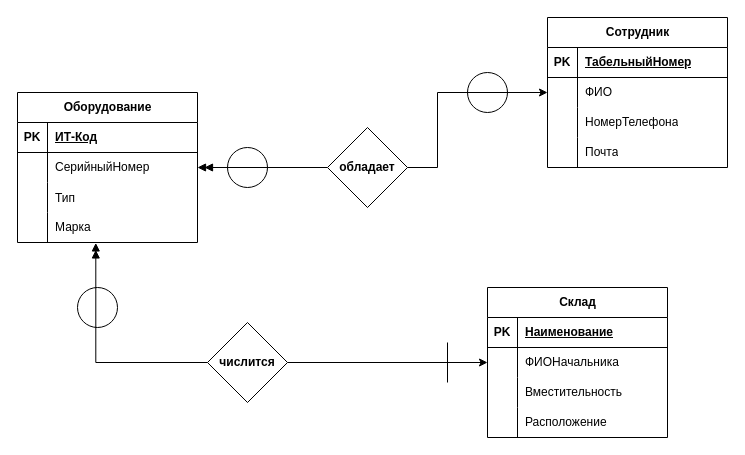
Earlier version of the draw.io diagram page "Страница — 1" (1 of 2) of Диаграмма без названия.drawio (Vlad-Efremovv/practice). Source tidied: cells renumbered, new cells numbered last; positions are measured from the earlier drawing's top-left corner, leaving out a move shared by most shapes. Both pictures are drawn from the tidied source at 100%, with x=0, y=0 at pixel (17, 17).
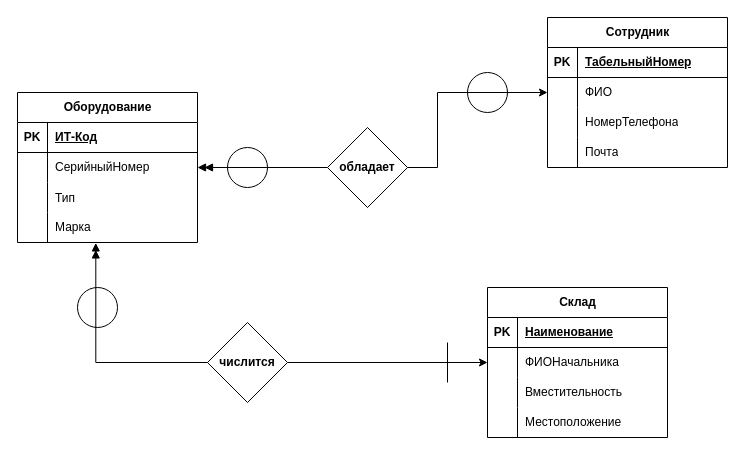
The same diagram, later.

The change refers to these unchanged cells:
```xml
<mxCell id="43" style="shape=tableRow;horizontal=0;startSize=0;swimlaneHead=0;swimlaneBody=0;fillColor=none;top=0;left=0;right=0;bottom=0;" parent="33" vertex="1">
  <mxGeometry y="120" width="180" height="30" as="geometry" />
</mxCell>
```

Change to the diagram source:
```diff
@@
-    <mxCell id="45" value="Расположение" style="shape=partialRectangle;fillColor=none;top=0;left=0;bottom=0;right=0;align=left;spacingLeft=6;fontStyle=0;overflow=hidden;whiteSpace=wrap;html=1;" parent="43" vertex="1">
+    <mxCell id="45" value="Местоположение" style="shape=partialRectangle;fillColor=none;top=0;left=0;bottom=0;right=0;align=left;spacingLeft=6;fontStyle=0;overflow=hidden;whiteSpace=wrap;html=1;" parent="43" vertex="1">
       <mxGeometry x="30" width="150" height="30" as="geometry" />
     </mxCell>
```
